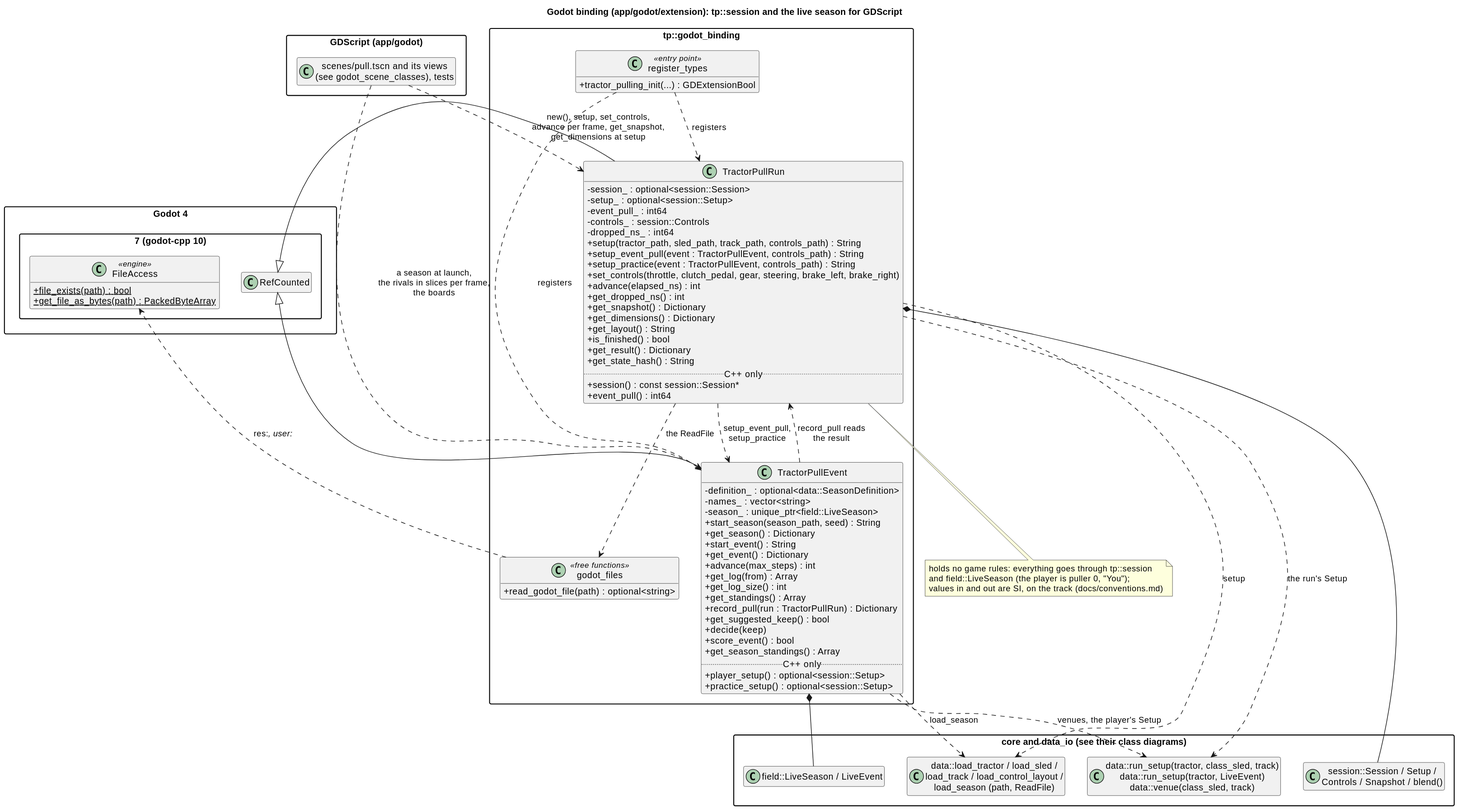
This is docs/diagrams/svg/godot_classes.svg from wversteeg/TractorPulling, a PlantUML export, as it was before one commit.
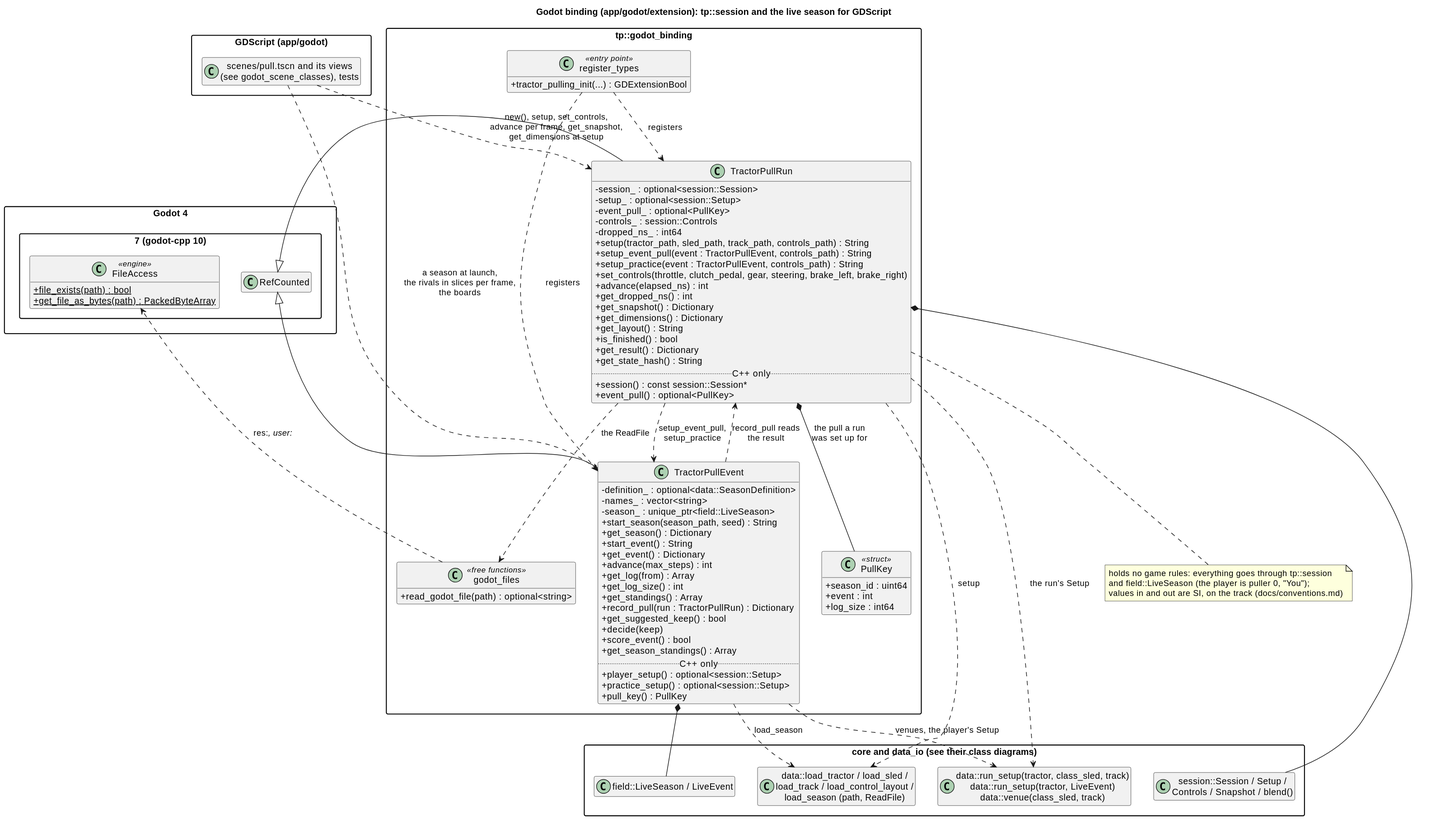
The same file after the commit.

What changed in the source:
```diff
@@ -16,7 +16,7 @@
   class TractorPullRun {
     -session_ : optional<session::Session>
     -setup_ : optional<session::Setup>
-    -event_pull_ : int64
+    -event_pull_ : optional<PullKey>
     -controls_ : session::Controls
     -dropped_ns_ : int64
     +setup(tractor_path, sled_path, track_path, controls_path) : String
@@ -33,7 +33,7 @@
     +get_state_hash() : String
     ..C++ only..
     +session() : const session::Session*
-    +event_pull() : int64
+    +event_pull() : optional<PullKey>
   }
   class TractorPullEvent {
     -definition_ : optional<data::SeasonDefinition>
@@ -55,7 +55,14 @@
     ..C++ only..
     +player_setup() : optional<session::Setup>
     +practice_setup() : optional<session::Setup>
+    +pull_key() : PullKey
   }
+  class PullKey <<struct>> {
+    +season_id : uint64
+    +event : int
+    +log_size : int64
+  }
+  TractorPullRun *-- PullKey : the pull a run\nwas set up for
   class "godot_files" as Files <<free functions>> {
     +read_godot_file(path) : optional<string>
   }
```
